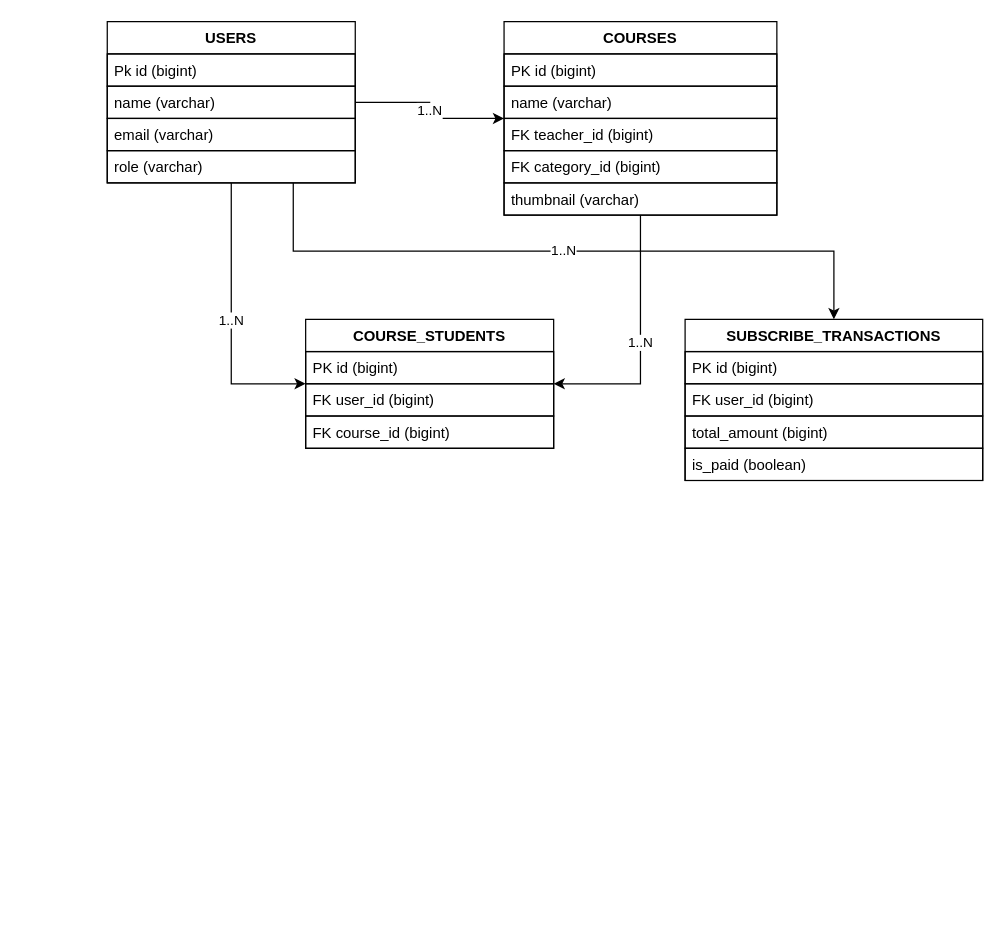
The draw.io diagram pdm_diagram.drawio in azharaul/Codemy, before the edit. Source tidied: cells renumbered, new cells numbered last; positions are measured from the earlier drawing's top-left corner, leaving out a move shared by most shapes. Both pictures are drawn from the tidied source at 124%, with x=0, y=0 at pixel (107, 21).
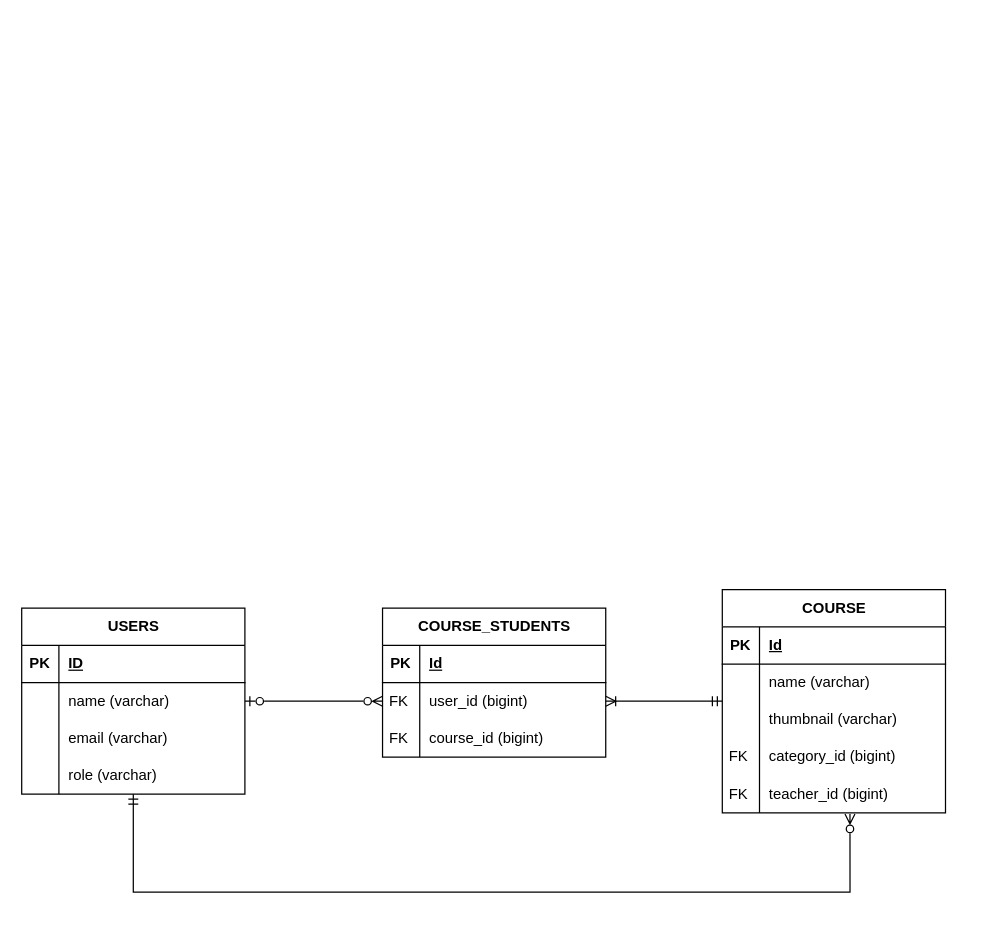
Above is the later version.

The edit, as a diff of the source:
```diff
@@
+    <mxCell id="26" style="edgeStyle=orthogonalEdgeStyle;rounded=0;jettySize=auto;html=1;entryX=0;entryY=0.5;entryDx=0;entryDy=0;endArrow=ERzeroToMany;endFill=0;startArrow=ERzeroToOne;startFill=0;" parent="1" edge="1" source="2" target="40">
+      <mxGeometry relative="1" as="geometry" />
+    </mxCell>
-    <mxCell id="2" value="USERS" style="swimlane;fontStyle=1;horizontal=1;startSize=26;fillColor=default;strokeColor=default;swimlaneLine=1;" parent="1" vertex="1">
-      <mxGeometry width="200" height="130" as="geometry" />
+    <mxCell id="2" value="USERS" style="shape=table;startSize=30;childLayout=tableLayout;rowLines=0;fontStyle=1;align=center;html=1;" parent="1" vertex="1">
+      <mxGeometry x="-69" y="473" width="180" height="150" as="geometry" />
     </mxCell>
-    <mxCell id="3" value="Pk id (bigint)" style="text;strokeColor=default;fillColor=none;align=left;verticalAlign=middle;spacingLeft=4;spacingRight=4;overflow=hidden;swimlaneLine=1;" parent="2" vertex="1">
-      <mxGeometry y="26" width="200" height="26" as="geometry" />
-    </mxCell>
-    <mxCell id="4" value="name (varchar)" style="text;strokeColor=default;fillColor=none;align=left;verticalAlign=middle;spacingLeft=4;spacingRight=4;overflow=hidden;swimlaneLine=1;" parent="2" vertex="1">
-      <mxGeometry y="52" width="200" height="26" as="geometry" />
-    </mxCell>
+    <mxCell id="27" style="shape=tableRow;horizontal=0;startSize=0;swimlaneHead=0;swimlaneBody=0;fillColor=none;top=0;left=0;right=0;bottom=1;" parent="2" vertex="1">
+      <mxGeometry y="30" width="180" height="30" as="geometry" />
+    </mxCell>
+    <mxCell id="28" value="PK" style="shape=partialRectangle;fillColor=none;top=0;left=0;bottom=0;right=0;fontStyle=1;overflow=hidden;whiteSpace=wrap;html=1;" parent="27" vertex="1">
+      <mxGeometry width="30" height="30" as="geometry" />
+    </mxCell>
+    <mxCell id="29" value="ID" style="shape=partialRectangle;fillColor=none;top=0;left=0;bottom=0;right=0;align=left;spacingLeft=6;fontStyle=5;overflow=hidden;whiteSpace=wrap;html=1;" parent="27" vertex="1">
+      <mxGeometry x="30" width="150" height="30" as="geometry" />
+    </mxCell>
+    <mxCell id="30" style="shape=tableRow;horizontal=0;startSize=0;swimlaneHead=0;swimlaneBody=0;fillColor=none;top=0;left=0;right=0;bottom=0;" parent="2" vertex="1">
+      <mxGeometry y="60" width="180" height="30" as="geometry" />
+    </mxCell>
+    <mxCell id="31" style="shape=partialRectangle;fillColor=none;top=0;left=0;bottom=0;right=0;overflow=hidden;whiteSpace=wrap;html=1;" parent="30" vertex="1">
+      <mxGeometry width="30" height="30" as="geometry" />
+    </mxCell>
+    <mxCell id="32" value="&lt;span style=&quot;text-wrap-mode: nowrap;&quot;&gt;name (varchar)&lt;/span&gt;" style="shape=partialRectangle;fillColor=none;top=0;left=0;bottom=0;right=0;align=left;spacingLeft=6;overflow=hidden;whiteSpace=wrap;html=1;" parent="30" vertex="1">
+      <mxGeometry x="30" width="150" height="30" as="geometry" />
+    </mxCell>
+    <mxCell id="33" style="shape=tableRow;horizontal=0;startSize=0;swimlaneHead=0;swimlaneBody=0;fillColor=none;top=0;left=0;right=0;bottom=0;" parent="2" vertex="1">
+      <mxGeometry y="90" width="180" height="30" as="geometry" />
+    </mxCell>
+    <mxCell id="34" style="shape=partialRectangle;fillColor=none;top=0;left=0;bottom=0;right=0;overflow=hidden;whiteSpace=wrap;html=1;" parent="33" vertex="1">
+      <mxGeometry width="30" height="30" as="geometry" />
+    </mxCell>
-    <mxCell id="5" value="email (varchar)" style="text;strokeColor=default;fillColor=none;align=left;verticalAlign=middle;spacingLeft=4;spacingRight=4;overflow=hidden;swimlaneLine=1;" parent="2" vertex="1">
-      <mxGeometry y="78" width="200" height="26" as="geometry" />
+    <mxCell id="5" value="&lt;span style=&quot;text-wrap-mode: nowrap;&quot;&gt;email (varchar)&lt;/span&gt;" style="shape=partialRectangle;fillColor=none;top=0;left=0;bottom=0;right=0;align=left;spacingLeft=6;overflow=hidden;whiteSpace=wrap;html=1;" parent="33" vertex="1">
+      <mxGeometry x="30" width="150" height="30" as="geometry" />
     </mxCell>
+    <mxCell id="35" style="shape=tableRow;horizontal=0;startSize=0;swimlaneHead=0;swimlaneBody=0;fillColor=none;top=0;left=0;right=0;bottom=0;" parent="2" vertex="1">
+      <mxGeometry y="120" width="180" height="30" as="geometry" />
+    </mxCell>
+    <mxCell id="36" style="shape=partialRectangle;fillColor=none;top=0;left=0;bottom=0;right=0;overflow=hidden;whiteSpace=wrap;html=1;" parent="35" vertex="1">
+      <mxGeometry width="30" height="30" as="geometry" />
+    </mxCell>
-    <mxCell id="6" value="role (varchar)" style="text;strokeColor=default;fillColor=none;align=left;verticalAlign=middle;spacingLeft=4;spacingRight=4;overflow=hidden;swimlaneLine=1;" parent="2" vertex="1">
-      <mxGeometry y="104" width="200" height="26" as="geometry" />
+    <mxCell id="6" value="&lt;span style=&quot;text-wrap-mode: nowrap;&quot;&gt;role (varchar)&lt;/span&gt;" style="shape=partialRectangle;fillColor=none;top=0;left=0;bottom=0;right=0;align=left;spacingLeft=6;overflow=hidden;whiteSpace=wrap;html=1;" parent="35" vertex="1">
+      <mxGeometry x="30" width="150" height="30" as="geometry" />
     </mxCell>
-    <mxCell id="7" value="COURSES" style="swimlane;fontStyle=1;horizontal=1;startSize=26;fillColor=default;strokeColor=default;swimlaneLine=1;" parent="1" vertex="1">
-      <mxGeometry x="320" width="220" height="156" as="geometry" />
-    </mxCell>
-    <mxCell id="8" value="PK id (bigint)" style="text;strokeColor=default;fillColor=none;align=left;verticalAlign=middle;spacingLeft=4;spacingRight=4;overflow=hidden;swimlaneLine=1;" parent="7" vertex="1">
-      <mxGeometry y="26" width="220" height="26" as="geometry" />
-    </mxCell>
-    <mxCell id="9" value="name (varchar)" style="text;strokeColor=default;fillColor=none;align=left;verticalAlign=middle;spacingLeft=4;spacingRight=4;overflow=hidden;swimlaneLine=1;" parent="7" vertex="1">
-      <mxGeometry y="52" width="220" height="26" as="geometry" />
-    </mxCell>
-    <mxCell id="10" value="FK teacher_id (bigint)" style="text;strokeColor=default;fillColor=none;align=left;verticalAlign=middle;spacingLeft=4;spacingRight=4;overflow=hidden;swimlaneLine=1;" parent="7" vertex="1">
-      <mxGeometry y="78" width="220" height="26" as="geometry" />
-    </mxCell>
-    <mxCell id="11" value="FK category_id (bigint)" style="text;strokeColor=default;fillColor=none;align=left;verticalAlign=middle;spacingLeft=4;spacingRight=4;overflow=hidden;swimlaneLine=1;" parent="7" vertex="1">
-      <mxGeometry y="104" width="220" height="26" as="geometry" />
-    </mxCell>
+    <mxCell id="13" value="COURSE_STUDENTS" style="shape=table;startSize=30;childLayout=tableLayout;rowLines=0;fontStyle=1;align=center;html=1;" parent="1" vertex="1">
+      <mxGeometry x="222" y="473" width="180" height="120" as="geometry" />
+    </mxCell>
+    <mxCell id="37" style="shape=tableRow;horizontal=0;startSize=0;swimlaneHead=0;swimlaneBody=0;fillColor=none;top=0;left=0;right=0;bottom=1;" parent="13" vertex="1">
+      <mxGeometry y="30" width="180" height="30" as="geometry" />
+    </mxCell>
+    <mxCell id="38" value="PK" style="shape=partialRectangle;fillColor=none;top=0;left=0;bottom=0;right=0;fontStyle=1;overflow=hidden;whiteSpace=wrap;html=1;" parent="37" vertex="1">
+      <mxGeometry width="30" height="30" as="geometry" />
+    </mxCell>
+    <mxCell id="39" value="Id" style="shape=partialRectangle;fillColor=none;top=0;left=0;bottom=0;right=0;align=left;spacingLeft=6;fontStyle=5;overflow=hidden;whiteSpace=wrap;html=1;" parent="37" vertex="1">
+      <mxGeometry x="30" width="150" height="30" as="geometry" />
+    </mxCell>
+    <mxCell id="40" style="shape=tableRow;horizontal=0;startSize=0;swimlaneHead=0;swimlaneBody=0;fillColor=none;points=[[0,0.5],[1,0.5]];portConstraint=eastwest;top=0;left=0;right=0;bottom=0;" parent="13" vertex="1">
+      <mxGeometry y="60" width="180" height="30" as="geometry" />
+    </mxCell>
+    <mxCell id="41" value="&lt;span style=&quot;text-align: left; text-wrap-mode: nowrap;&quot;&gt;FK&amp;nbsp;&lt;/span&gt;" style="shape=partialRectangle;fillColor=none;top=0;left=0;bottom=0;right=0;overflow=hidden;whiteSpace=wrap;html=1;" parent="40" vertex="1">
+      <mxGeometry width="30" height="30" as="geometry" />
+    </mxCell>
+    <mxCell id="42" value="&lt;span style=&quot;text-wrap-mode: nowrap;&quot;&gt;user_id (bigint)&lt;/span&gt;" style="shape=partialRectangle;fillColor=none;top=0;left=0;bottom=0;right=0;align=left;spacingLeft=6;overflow=hidden;whiteSpace=wrap;html=1;" parent="40" vertex="1">
+      <mxGeometry x="30" width="150" height="30" as="geometry" />
+    </mxCell>
+    <mxCell id="43" style="shape=tableRow;horizontal=0;startSize=0;swimlaneHead=0;swimlaneBody=0;fillColor=none;top=0;left=0;right=0;bottom=0;" parent="13" vertex="1">
+      <mxGeometry y="90" width="180" height="30" as="geometry" />
+    </mxCell>
+    <mxCell id="44" value="&lt;span style=&quot;text-align: left; text-wrap-mode: nowrap;&quot;&gt;FK&amp;nbsp;&lt;/span&gt;" style="shape=partialRectangle;fillColor=none;top=0;left=0;bottom=0;right=0;overflow=hidden;whiteSpace=wrap;html=1;" parent="43" vertex="1">
+      <mxGeometry width="30" height="30" as="geometry" />
+    </mxCell>
+    <mxCell id="45" value="&lt;span style=&quot;text-wrap-mode: nowrap;&quot;&gt;course_id (bigint)&lt;/span&gt;" style="shape=partialRectangle;fillColor=none;top=0;left=0;bottom=0;right=0;align=left;spacingLeft=6;overflow=hidden;whiteSpace=wrap;html=1;" parent="43" vertex="1">
+      <mxGeometry x="30" width="150" height="30" as="geometry" />
+    </mxCell>
+    <mxCell id="46" value="COURSE" style="shape=table;startSize=30;childLayout=tableLayout;rowLines=0;fontStyle=1;align=center;html=1;" parent="1" vertex="1">
+      <mxGeometry x="496" y="458" width="180" height="180" as="geometry" />
+    </mxCell>
+    <mxCell id="47" style="shape=tableRow;horizontal=0;startSize=0;swimlaneHead=0;swimlaneBody=0;fillColor=none;top=0;left=0;right=0;bottom=1;" parent="46" vertex="1">
+      <mxGeometry y="30" width="180" height="30" as="geometry" />
+    </mxCell>
+    <mxCell id="48" value="PK" style="shape=partialRectangle;fillColor=none;top=0;left=0;bottom=0;right=0;fontStyle=1;overflow=hidden;whiteSpace=wrap;html=1;" parent="47" vertex="1">
+      <mxGeometry width="30" height="30" as="geometry" />
+    </mxCell>
+    <mxCell id="49" value="Id" style="shape=partialRectangle;fillColor=none;top=0;left=0;bottom=0;right=0;align=left;spacingLeft=6;fontStyle=5;overflow=hidden;whiteSpace=wrap;html=1;" parent="47" vertex="1">
+      <mxGeometry x="30" width="150" height="30" as="geometry" />
+    </mxCell>
+    <mxCell id="50" style="shape=tableRow;horizontal=0;startSize=0;swimlaneHead=0;swimlaneBody=0;fillColor=none;top=0;left=0;right=0;bottom=0;" parent="46" vertex="1">
+      <mxGeometry y="60" width="180" height="30" as="geometry" />
+    </mxCell>
+    <mxCell id="51" style="shape=partialRectangle;fillColor=none;top=0;left=0;bottom=0;right=0;overflow=hidden;whiteSpace=wrap;html=1;" parent="50" vertex="1">
+      <mxGeometry width="30" height="30" as="geometry" />
+    </mxCell>
+    <mxCell id="52" value="&lt;span style=&quot;text-wrap-mode: nowrap;&quot;&gt;name (varchar)&lt;/span&gt;" style="shape=partialRectangle;fillColor=none;top=0;left=0;bottom=0;right=0;align=left;spacingLeft=6;overflow=hidden;whiteSpace=wrap;html=1;" parent="50" vertex="1">
+      <mxGeometry x="30" width="150" height="30" as="geometry" />
+    </mxCell>
+    <mxCell id="53" style="shape=tableRow;horizontal=0;startSize=0;swimlaneHead=0;swimlaneBody=0;fillColor=none;top=0;left=0;right=0;bottom=0;" parent="46" vertex="1">
+      <mxGeometry y="90" width="180" height="30" as="geometry" />
+    </mxCell>
+    <mxCell id="54" style="shape=partialRectangle;fillColor=none;top=0;left=0;bottom=0;right=0;overflow=hidden;whiteSpace=wrap;html=1;" parent="53" vertex="1">
+      <mxGeometry width="30" height="30" as="geometry" />
+    </mxCell>
-    <mxCell id="12" value="thumbnail (varchar)" style="text;strokeColor=default;fillColor=none;align=left;verticalAlign=middle;spacingLeft=4;spacingRight=4;overflow=hidden;swimlaneLine=1;" parent="7" vertex="1">
-      <mxGeometry y="130" width="220" height="26" as="geometry" />
+    <mxCell id="12" value="&lt;span style=&quot;text-wrap-mode: nowrap;&quot;&gt;thumbnail (varchar)&lt;/span&gt;" style="shape=partialRectangle;fillColor=none;top=0;left=0;bottom=0;right=0;align=left;spacingLeft=6;overflow=hidden;whiteSpace=wrap;html=1;" parent="53" vertex="1">
+      <mxGeometry x="30" width="150" height="30" as="geometry" />
     </mxCell>
-    <mxCell id="13" value="COURSE_STUDENTS" style="swimlane;fontStyle=1;horizontal=1;startSize=26;fillColor=default;strokeColor=default;swimlaneLine=1;" parent="1" vertex="1">
-      <mxGeometry x="160" y="240" width="200" height="104" as="geometry" />
-    </mxCell>
-    <mxCell id="14" value="PK id (bigint)" style="text;strokeColor=default;fillColor=none;align=left;verticalAlign=middle;spacingLeft=4;spacingRight=4;overflow=hidden;swimlaneLine=1;" parent="13" vertex="1">
-      <mxGeometry y="26" width="200" height="26" as="geometry" />
-    </mxCell>
-    <mxCell id="15" value="FK user_id (bigint)" style="text;strokeColor=default;fillColor=none;align=left;verticalAlign=middle;spacingLeft=4;spacingRight=4;overflow=hidden;swimlaneLine=1;" parent="13" vertex="1">
-      <mxGeometry y="52" width="200" height="26" as="geometry" />
-    </mxCell>
-    <mxCell id="16" value="FK course_id (bigint)" style="text;strokeColor=default;fillColor=none;align=left;verticalAlign=middle;spacingLeft=4;spacingRight=4;overflow=hidden;swimlaneLine=1;" parent="13" vertex="1">
-      <mxGeometry y="78" width="200" height="26" as="geometry" />
-    </mxCell>
-    <mxCell id="17" value="SUBSCRIBE_TRANSACTIONS" style="swimlane;fontStyle=1;horizontal=1;startSize=26;fillColor=default;strokeColor=default;swimlaneLine=1;" parent="1" vertex="1">
-      <mxGeometry x="466" y="240" width="240" height="130" as="geometry" />
-    </mxCell>
-    <mxCell id="18" value="PK id (bigint)" style="text;strokeColor=default;fillColor=none;align=left;verticalAlign=middle;spacingLeft=4;spacingRight=4;overflow=hidden;swimlaneLine=1;" parent="17" vertex="1">
-      <mxGeometry y="26" width="240" height="26" as="geometry" />
-    </mxCell>
-    <mxCell id="19" value="FK user_id (bigint)" style="text;strokeColor=default;fillColor=none;align=left;verticalAlign=middle;spacingLeft=4;spacingRight=4;overflow=hidden;swimlaneLine=1;" parent="17" vertex="1">
-      <mxGeometry y="52" width="240" height="26" as="geometry" />
-    </mxCell>
-    <mxCell id="20" value="total_amount (bigint)" style="text;strokeColor=default;fillColor=none;align=left;verticalAlign=middle;spacingLeft=4;spacingRight=4;overflow=hidden;swimlaneLine=1;" parent="17" vertex="1">
-      <mxGeometry y="78" width="240" height="26" as="geometry" />
-    </mxCell>
-    <mxCell id="21" value="is_paid (boolean)" style="text;strokeColor=default;fillColor=none;align=left;verticalAlign=middle;spacingLeft=4;spacingRight=4;overflow=hidden;swimlaneLine=1;" parent="17" vertex="1">
-      <mxGeometry y="104" width="240" height="26" as="geometry" />
-    </mxCell>
-    <mxCell id="22" value="1..N" style="edgeStyle=orthogonalEdgeStyle;rounded=0;jettySize=auto;html=1;exitX=0.5;exitY=1;exitDx=0;exitDy=0;entryX=0;entryY=0.5;entryDx=0;entryDy=0;strokeColor=default;swimlaneLine=1;" parent="1" edge="1" source="2" target="13">
-      <mxGeometry relative="1" as="geometry" />
-    </mxCell>
-    <mxCell id="23" value="1..N" style="edgeStyle=orthogonalEdgeStyle;rounded=0;jettySize=auto;html=1;exitX=0.5;exitY=1;exitDx=0;exitDy=0;entryX=1;entryY=0.5;entryDx=0;entryDy=0;strokeColor=default;swimlaneLine=1;" parent="1" edge="1" source="7" target="13">
-      <mxGeometry relative="1" as="geometry" />
-    </mxCell>
-    <mxCell id="24" value="1..N" style="edgeStyle=orthogonalEdgeStyle;rounded=0;jettySize=auto;html=1;exitX=1;exitY=0.5;exitDx=0;exitDy=0;entryX=0;entryY=0.5;entryDx=0;entryDy=0;strokeColor=default;swimlaneLine=1;" parent="1" edge="1" source="2" target="7">
-      <mxGeometry relative="1" as="geometry" />
-    </mxCell>
-    <mxCell id="25" value="1..N" style="edgeStyle=orthogonalEdgeStyle;rounded=0;jettySize=auto;html=1;exitX=0.75;exitY=1;exitDx=0;exitDy=0;entryX=0.5;entryY=0;entryDx=0;entryDy=0;strokeColor=default;swimlaneLine=1;" parent="1" edge="1" source="2" target="17">
-      <mxGeometry relative="1" as="geometry" />
-    </mxCell>
+    <mxCell id="55" style="shape=tableRow;horizontal=0;startSize=0;swimlaneHead=0;swimlaneBody=0;fillColor=none;top=0;left=0;right=0;bottom=0;" parent="46" vertex="1">
+      <mxGeometry y="120" width="180" height="30" as="geometry" />
+    </mxCell>
+    <mxCell id="56" value="&lt;span style=&quot;text-align: left; text-wrap-mode: nowrap;&quot;&gt;FK&amp;nbsp;&lt;/span&gt;" style="shape=partialRectangle;fillColor=none;top=0;left=0;bottom=0;right=0;overflow=hidden;whiteSpace=wrap;html=1;" parent="55" vertex="1">
+      <mxGeometry width="30" height="30" as="geometry" />
+    </mxCell>
+    <mxCell id="57" value="&lt;span style=&quot;text-wrap-mode: nowrap;&quot;&gt;category_id (bigint)&lt;/span&gt;" style="shape=partialRectangle;fillColor=none;top=0;left=0;bottom=0;right=0;align=left;spacingLeft=6;overflow=hidden;whiteSpace=wrap;html=1;" parent="55" vertex="1">
+      <mxGeometry x="30" width="150" height="30" as="geometry" />
+    </mxCell>
+    <mxCell id="58" style="shape=tableRow;horizontal=0;startSize=0;swimlaneHead=0;swimlaneBody=0;fillColor=none;points=[[0,0.5],[1,0.5]];portConstraint=eastwest;top=0;left=0;right=0;bottom=0;" parent="46" vertex="1">
+      <mxGeometry y="150" width="180" height="30" as="geometry" />
+    </mxCell>
+    <mxCell id="59" value="&lt;span style=&quot;text-align: left; text-wrap-mode: nowrap;&quot;&gt;FK&amp;nbsp;&lt;/span&gt;" style="shape=partialRectangle;fillColor=none;top=0;left=0;bottom=0;right=0;overflow=hidden;whiteSpace=wrap;html=1;" parent="58" vertex="1">
+      <mxGeometry width="30" height="30" as="geometry" />
+    </mxCell>
+    <mxCell id="60" value="&lt;span style=&quot;text-wrap-mode: nowrap;&quot;&gt;teacher_id (bigint)&lt;/span&gt;" style="shape=partialRectangle;fillColor=none;top=0;left=0;bottom=0;right=0;align=left;spacingLeft=6;overflow=hidden;whiteSpace=wrap;html=1;" parent="58" vertex="1">
+      <mxGeometry x="30" width="150" height="30" as="geometry" />
+    </mxCell>
+    <mxCell id="61" style="edgeStyle=orthogonalEdgeStyle;rounded=0;jettySize=auto;html=1;entryX=0;entryY=0.5;entryDx=0;entryDy=0;endArrow=ERmandOne;endFill=0;startArrow=ERoneToMany;startFill=0;" parent="1" edge="1" source="40" target="46">
+      <mxGeometry relative="1" as="geometry" />
+    </mxCell>
+    <mxCell id="62" style="edgeStyle=orthogonalEdgeStyle;rounded=0;jettySize=auto;html=1;entryX=0.572;entryY=1.033;entryDx=0;entryDy=0;entryPerimeter=0;endArrow=ERzeroToMany;endFill=0;startArrow=ERmandOne;startFill=0;" parent="1" edge="1" source="2" target="58">
+      <mxGeometry relative="1" as="geometry">
+        <Array as="points">
+          <mxPoint x="21" y="702" />
+          <mxPoint x="599" y="702" />
+        </Array>
+      </mxGeometry>
+    </mxCell>
```
